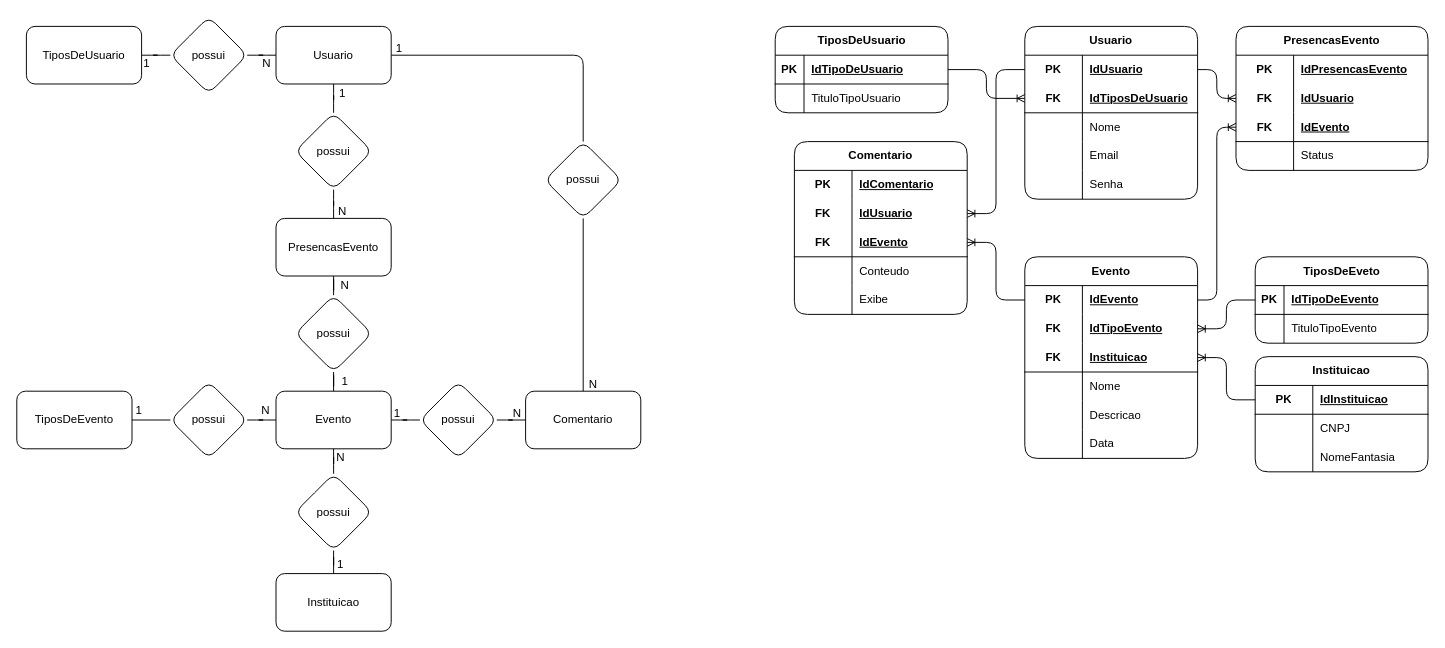
Before: Banco de dados - Sprint 1/Projeto Event+/Event+.drawio in LucasBO7/senai-curso-repos-semestre-2, a draw.io diagram. Source tidied: cells renumbered, new cells numbered last; positions are measured from the earlier drawing's top-left corner, leaving out a move shared by most shapes. Both pictures are drawn from the tidied source at 96%, with x=0, y=0 at pixel (16, 16).
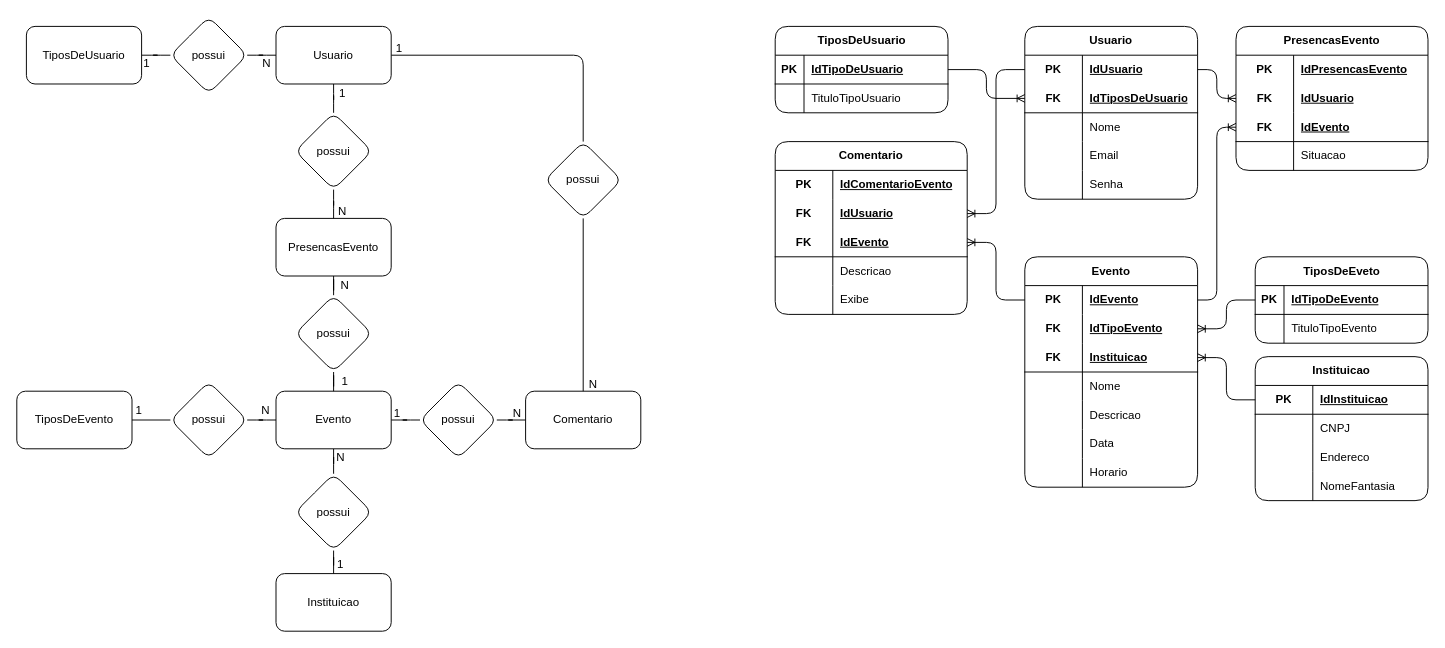
Above is the later version.

Unchanged cells that the change refers to:
```xml
<mxCell id="78" style="shape=tableRow;horizontal=0;startSize=0;swimlaneHead=0;swimlaneBody=0;fillColor=none;top=0;left=0;right=0;bottom=0;html=1;rounded=1;labelBackgroundColor=none;" parent="68" vertex="1">
  <mxGeometry y="120" width="200" height="30" as="geometry" />
</mxCell>
```

The edit, as a diff of the source:
```diff
@@
-    <mxCell id="80" value="Status" style="shape=partialRectangle;fillColor=none;top=0;left=0;bottom=0;right=0;align=left;spacingLeft=6;overflow=hidden;html=1;whiteSpace=wrap;rounded=1;labelBackgroundColor=none;" parent="78" vertex="1">
+    <mxCell id="80" value="Situacao" style="shape=partialRectangle;fillColor=none;top=0;left=0;bottom=0;right=0;align=left;spacingLeft=6;overflow=hidden;html=1;whiteSpace=wrap;rounded=1;labelBackgroundColor=none;" parent="78" vertex="1">
       <mxGeometry x="60" width="140" height="30" as="geometry" />
     </mxCell>
@@
     <mxCell id="82" value="Evento" style="shape=table;startSize=30;childLayout=tableLayout;rowLines=0;fontStyle=1;align=center;html=1;whiteSpace=wrap;rounded=1;labelBackgroundColor=none;" parent="1" vertex="1">
-      <mxGeometry x="1050" y="250" width="180" height="210" as="geometry" />
+      <mxGeometry x="1050" y="250" width="180" height="240" as="geometry" />
     </mxCell>
@@
+    <mxCell id="139" style="shape=tableRow;horizontal=0;startSize=0;swimlaneHead=0;swimlaneBody=0;fillColor=none;top=0;left=0;right=0;bottom=0;html=1;rounded=1;labelBackgroundColor=none;" parent="82" vertex="1">
+      <mxGeometry y="210" width="180" height="30" as="geometry" />
+    </mxCell>
+    <mxCell id="140" style="shape=partialRectangle;fillColor=none;top=0;left=0;bottom=0;right=0;overflow=hidden;html=1;whiteSpace=wrap;rounded=1;labelBackgroundColor=none;" parent="139" vertex="1">
+      <mxGeometry width="60" height="30" as="geometry" />
+    </mxCell>
+    <mxCell id="141" value="Horario" style="shape=partialRectangle;fillColor=none;top=0;left=0;bottom=0;right=0;align=left;spacingLeft=6;overflow=hidden;html=1;whiteSpace=wrap;rounded=1;labelBackgroundColor=none;" parent="139" vertex="1">
+      <mxGeometry x="60" width="120" height="30" as="geometry" />
+    </mxCell>
     <mxCell id="101" value="Instituicao" style="shape=table;startSize=30;childLayout=tableLayout;rowLines=0;fontStyle=1;align=center;html=1;whiteSpace=wrap;rounded=1;labelBackgroundColor=none;" parent="1" vertex="1">
-      <mxGeometry x="1290" y="354" width="180" height="120" as="geometry" />
+      <mxGeometry x="1290" y="354" width="180" height="150" as="geometry" />
     </mxCell>
@@
+    <mxCell id="142" style="shape=tableRow;horizontal=0;startSize=0;swimlaneHead=0;swimlaneBody=0;fillColor=none;top=0;left=0;right=0;bottom=0;html=1;rounded=1;labelBackgroundColor=none;" parent="101" vertex="1">
+      <mxGeometry y="90" width="180" height="30" as="geometry" />
+    </mxCell>
+    <mxCell id="143" style="shape=partialRectangle;fillColor=none;top=0;left=0;bottom=0;right=0;overflow=hidden;html=1;whiteSpace=wrap;rounded=1;labelBackgroundColor=none;" parent="142" vertex="1">
+      <mxGeometry width="60" height="30" as="geometry" />
+    </mxCell>
+    <mxCell id="144" value="Endereco" style="shape=partialRectangle;fillColor=none;top=0;left=0;bottom=0;right=0;align=left;spacingLeft=6;overflow=hidden;html=1;whiteSpace=wrap;rounded=1;labelBackgroundColor=none;" parent="142" vertex="1">
+      <mxGeometry x="60" width="120" height="30" as="geometry" />
+    </mxCell>
     <mxCell id="108" style="shape=tableRow;horizontal=0;startSize=0;swimlaneHead=0;swimlaneBody=0;fillColor=none;top=0;left=0;right=0;bottom=0;html=1;rounded=1;labelBackgroundColor=none;" parent="101" vertex="1">
-      <mxGeometry y="90" width="180" height="30" as="geometry" />
+      <mxGeometry y="120" width="180" height="30" as="geometry" />
     </mxCell>
@@
     <mxCell id="121" value="Comentario" style="shape=table;startSize=30;childLayout=tableLayout;rowLines=0;fontStyle=1;align=center;html=1;whiteSpace=wrap;rounded=1;labelBackgroundColor=none;" parent="1" vertex="1">
-      <mxGeometry x="810" y="130" width="180" height="180" as="geometry" />
+      <mxGeometry x="790" y="130" width="200" height="180" as="geometry" />
     </mxCell>
     <mxCell id="122" style="shape=tableRow;horizontal=0;startSize=0;swimlaneHead=0;swimlaneBody=0;fillColor=none;top=0;left=0;right=0;bottom=0;html=1;rounded=1;labelBackgroundColor=none;" parent="121" vertex="1">
-      <mxGeometry y="30" width="180" height="30" as="geometry" />
+      <mxGeometry y="30" width="200" height="30" as="geometry" />
     </mxCell>
@@
-    <mxCell id="124" value="IdComentario" style="shape=partialRectangle;fillColor=none;top=0;left=0;bottom=0;right=0;align=left;spacingLeft=6;fontStyle=5;overflow=hidden;html=1;whiteSpace=wrap;rounded=1;labelBackgroundColor=none;" parent="122" vertex="1">
-      <mxGeometry x="60" width="120" height="30" as="geometry" />
+    <mxCell id="124" value="IdComentarioEvento" style="shape=partialRectangle;fillColor=none;top=0;left=0;bottom=0;right=0;align=left;spacingLeft=6;fontStyle=5;overflow=hidden;html=1;whiteSpace=wrap;rounded=1;labelBackgroundColor=none;" parent="122" vertex="1">
+      <mxGeometry x="60" width="140" height="30" as="geometry" />
     </mxCell>
     <mxCell id="125" style="shape=tableRow;horizontal=0;startSize=0;swimlaneHead=0;swimlaneBody=0;fillColor=none;points=[[0,0.5],[1,0.5]];portConstraint=eastwest;top=0;left=0;right=0;bottom=0;html=1;rounded=1;labelBackgroundColor=none;" parent="121" vertex="1">
-      <mxGeometry y="60" width="180" height="30" as="geometry" />
+      <mxGeometry y="60" width="200" height="30" as="geometry" />
     </mxCell>
@@
     <mxCell id="127" value="IdUsuario" style="shape=partialRectangle;fillColor=none;top=0;left=0;bottom=0;right=0;align=left;spacingLeft=6;fontStyle=5;overflow=hidden;html=1;whiteSpace=wrap;rounded=1;labelBackgroundColor=none;" parent="125" vertex="1">
-      <mxGeometry x="60" width="120" height="30" as="geometry" />
+      <mxGeometry x="60" width="140" height="30" as="geometry" />
     </mxCell>
     <mxCell id="128" style="shape=tableRow;horizontal=0;startSize=0;swimlaneHead=0;swimlaneBody=0;fillColor=none;points=[[0,0.5],[1,0.5]];portConstraint=eastwest;top=0;left=0;right=0;bottom=1;html=1;rounded=1;labelBackgroundColor=none;" parent="121" vertex="1">
-      <mxGeometry y="90" width="180" height="30" as="geometry" />
+      <mxGeometry y="90" width="200" height="30" as="geometry" />
     </mxCell>
@@
     <mxCell id="130" value="IdEvento" style="shape=partialRectangle;fillColor=none;top=0;left=0;bottom=0;right=0;align=left;spacingLeft=6;fontStyle=5;overflow=hidden;html=1;whiteSpace=wrap;rounded=1;labelBackgroundColor=none;" parent="128" vertex="1">
-      <mxGeometry x="60" width="120" height="30" as="geometry" />
+      <mxGeometry x="60" width="140" height="30" as="geometry" />
     </mxCell>
     <mxCell id="131" style="shape=tableRow;horizontal=0;startSize=0;swimlaneHead=0;swimlaneBody=0;fillColor=none;top=0;left=0;right=0;bottom=0;html=1;rounded=1;labelBackgroundColor=none;" parent="121" vertex="1">
-      <mxGeometry y="120" width="180" height="30" as="geometry" />
+      <mxGeometry y="120" width="200" height="30" as="geometry" />
     </mxCell>
@@
-    <mxCell id="133" value="Conteudo" style="shape=partialRectangle;fillColor=none;top=0;left=0;bottom=0;right=0;align=left;spacingLeft=6;overflow=hidden;html=1;whiteSpace=wrap;rounded=1;labelBackgroundColor=none;" parent="131" vertex="1">
-      <mxGeometry x="60" width="120" height="30" as="geometry" />
+    <mxCell id="133" value="Descricao" style="shape=partialRectangle;fillColor=none;top=0;left=0;bottom=0;right=0;align=left;spacingLeft=6;overflow=hidden;html=1;whiteSpace=wrap;rounded=1;labelBackgroundColor=none;" parent="131" vertex="1">
+      <mxGeometry x="60" width="140" height="30" as="geometry" />
     </mxCell>
     <mxCell id="134" style="shape=tableRow;horizontal=0;startSize=0;swimlaneHead=0;swimlaneBody=0;fillColor=none;top=0;left=0;right=0;bottom=0;html=1;rounded=1;labelBackgroundColor=none;" parent="121" vertex="1">
-      <mxGeometry y="150" width="180" height="30" as="geometry" />
+      <mxGeometry y="150" width="200" height="30" as="geometry" />
     </mxCell>
@@
     <mxCell id="136" value="Exibe" style="shape=partialRectangle;fillColor=none;top=0;left=0;bottom=0;right=0;align=left;spacingLeft=6;overflow=hidden;html=1;whiteSpace=wrap;rounded=1;labelBackgroundColor=none;" parent="134" vertex="1">
-      <mxGeometry x="60" width="120" height="30" as="geometry" />
+      <mxGeometry x="60" width="140" height="30" as="geometry" />
     </mxCell>
```
